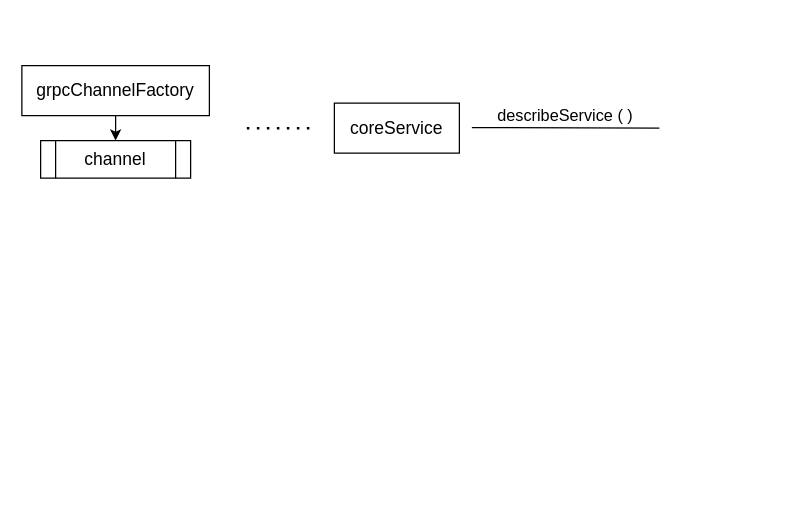
The draw.io diagram epp.drawio in TouyamaRie/My_pictures, before the edit. Source tidied: cells renumbered, new cells numbered last; positions are measured from the earlier drawing's top-left corner, leaving out a move shared by most shapes. Both pictures are drawn from the tidied source at 125%, with x=0, y=0 at pixel (21, 65).
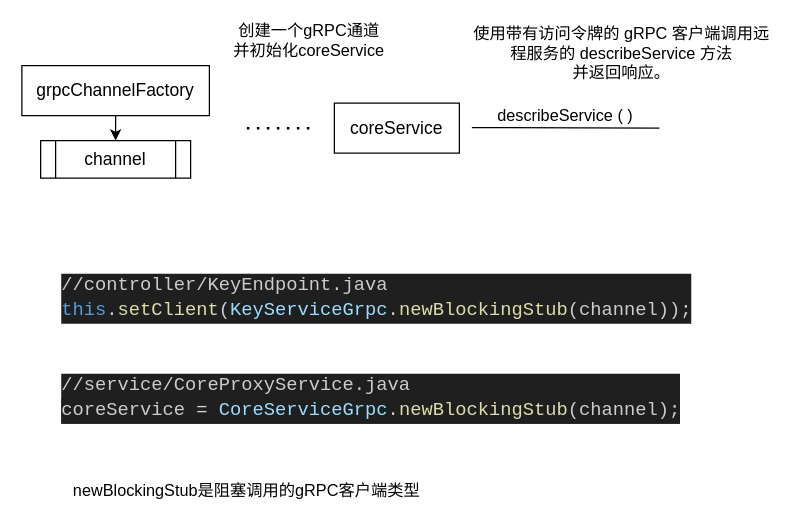
Above is the later version.

The edit, as a diff of the source:
```diff
@@
 <mxGraphModel>
   <root>
     <mxCell id="0" />
     <mxCell id="1" parent="0" />
     <mxCell id="2" value="&lt;font style=&quot;font-size: 14px;&quot;&gt;coreService&lt;/font&gt;" style="rounded=0;whiteSpace=wrap;html=1;" parent="1" vertex="1">
       <mxGeometry x="250" y="30" width="100" height="40" as="geometry" />
     </mxCell>
     <mxCell id="3" style="edgeStyle=orthogonalEdgeStyle;rounded=0;jettySize=auto;html=1;exitX=0.5;exitY=1;exitDx=0;exitDy=0;entryX=0.5;entryY=0;entryDx=0;entryDy=0;" parent="1" edge="1" source="4" target="5">
       <mxGeometry relative="1" as="geometry" />
     </mxCell>
     <mxCell id="4" value="&lt;font style=&quot;font-size: 14px;&quot;&gt;grpcChannelFactory&lt;/font&gt;" style="rounded=0;whiteSpace=wrap;html=1;" parent="1" vertex="1">
       <mxGeometry width="150" height="40" as="geometry" />
     </mxCell>
     <mxCell id="5" value="&lt;font style=&quot;font-size: 14px;&quot;&gt;channel&lt;/font&gt;" style="shape=process;whiteSpace=wrap;html=1;backgroundOutline=1;" parent="1" vertex="1">
       <mxGeometry x="15" y="60" width="120" height="30" as="geometry" />
     </mxCell>
     <mxCell id="6" style="endArrow=none;dashed=1;html=1;dashPattern=1 3;strokeWidth=2;rounded=0;" parent="1" edge="1">
       <mxGeometry relative="1" as="geometry">
         <mxPoint x="180" y="50" as="sourcePoint" />
         <mxPoint x="230" y="50" as="targetPoint" />
       </mxGeometry>
     </mxCell>
     <mxCell id="7" style="endArrow=none;html=1;rounded=0;" parent="1" edge="1">
       <mxGeometry relative="1" as="geometry">
         <mxPoint x="360" y="49.5" as="sourcePoint" />
         <mxPoint x="510" y="50" as="targetPoint" />
       </mxGeometry>
     </mxCell>
     <mxCell id="8" value="&lt;font style=&quot;font-size: 13px;&quot;&gt;describeService ( )&lt;/font&gt;" style="text;html=1;align=center;verticalAlign=middle;whiteSpace=wrap;rounded=0;" parent="1" vertex="1">
       <mxGeometry x="370" y="30" width="130" height="20" as="geometry" />
     </mxCell>
+    <mxCell id="9" value="&lt;font style=&quot;font-size: 13px;&quot;&gt;创建一个gRPC通道&lt;/font&gt;&lt;div&gt;&lt;font style=&quot;font-size: 13px;&quot;&gt;并初始化coreService&lt;/font&gt;&lt;/div&gt;" style="text;html=1;align=center;verticalAlign=middle;whiteSpace=wrap;rounded=0;" parent="1" vertex="1">
+      <mxGeometry x="110" y="-30" width="240" height="20" as="geometry" />
+    </mxCell>
+    <mxCell id="10" value="&lt;span style=&quot;font-size: 13px;&quot;&gt;使用带有访问令牌的 gRPC 客户端调用远程服务的 describeService 方法&lt;/span&gt;&lt;div&gt;&lt;span style=&quot;font-size: 13px;&quot;&gt;并返回响应。&lt;/span&gt;&lt;/div&gt;" style="text;html=1;align=center;verticalAlign=middle;whiteSpace=wrap;rounded=0;" parent="1" vertex="1">
+      <mxGeometry x="360" y="-20" width="240" height="20" as="geometry" />
+    </mxCell>
+    <mxCell id="11" value="&lt;div style=&quot;color: rgb(204, 204, 204); background-color: rgb(31, 31, 31); font-family: &amp;quot;Fira code&amp;quot;, &amp;quot;Microsoft YaHei&amp;quot;, monospace, Consolas, &amp;quot;Courier New&amp;quot;, monospace; font-weight: normal; font-size: 15px; line-height: 20px; white-space: pre; --darkreader-inline-color: #c8c3bc; --darkreader-inline-bgcolor: #17191a;&quot;&gt;&lt;div&gt;&lt;span style=&quot;color: rgb(204, 204, 204); --darkreader-inline-color: #c8c3bc;&quot;&gt;//controller/KeyEndpoint.java&amp;nbsp;&lt;/span&gt;&lt;/div&gt;&lt;div&gt;&lt;span style=&quot;color: rgb(86, 156, 214); --darkreader-inline-color: #60a4d8;&quot;&gt;this&lt;/span&gt;&lt;span style=&quot;color: rgb(204, 204, 204); --darkreader-inline-color: #c8c3bc;&quot;&gt;.&lt;/span&gt;&lt;span style=&quot;color: rgb(220, 220, 170); --darkreader-inline-color: #d8d89f;&quot;&gt;setClient&lt;/span&gt;&lt;span style=&quot;color: rgb(204, 204, 204); --darkreader-inline-color: #c8c3bc;&quot;&gt;(&lt;/span&gt;&lt;span style=&quot;color: rgb(156, 220, 254); --darkreader-inline-color: #87d5fe;&quot;&gt;KeyServiceGrpc&lt;/span&gt;&lt;span style=&quot;color: rgb(204, 204, 204); --darkreader-inline-color: #c8c3bc;&quot;&gt;.&lt;/span&gt;&lt;span style=&quot;color: rgb(220, 220, 170); --darkreader-inline-color: #d8d89f;&quot;&gt;newBlockingStub&lt;/span&gt;&lt;span style=&quot;color: rgb(204, 204, 204); --darkreader-inline-color: #c8c3bc;&quot;&gt;(channel));&lt;/span&gt;&lt;/div&gt;&lt;/div&gt;" style="text;whiteSpace=wrap;html=1;" parent="1" vertex="1">
+      <mxGeometry x="30" y="160" width="450" height="40" as="geometry" />
+    </mxCell>
+    <mxCell id="12" value="&lt;div style=&quot;color: rgb(204, 204, 204); background-color: rgb(31, 31, 31); font-family: &amp;quot;Fira code&amp;quot;, &amp;quot;Microsoft YaHei&amp;quot;, monospace, Consolas, &amp;quot;Courier New&amp;quot;, monospace; font-weight: normal; font-size: 15px; line-height: 20px; white-space: pre; --darkreader-inline-color: #c8c3bc; --darkreader-inline-bgcolor: #17191a;&quot;&gt;&lt;div&gt;&lt;span style=&quot;color: rgb(204, 204, 204); --darkreader-inline-color: #c8c3bc;&quot;&gt;//service/CoreProxyService.java&amp;nbsp;&lt;/span&gt;&lt;/div&gt;&lt;div&gt;&lt;div style=&quot;color: rgb(204, 204, 204); background-color: rgb(31, 31, 31); line-height: 20px; --darkreader-inline-color: #c8c3bc; --darkreader-inline-bgcolor: #17191a;&quot;&gt;coreService &lt;span style=&quot;color: rgb(212, 212, 212); --darkreader-inline-color: #cdc8c2;&quot;&gt;=&lt;/span&gt; &lt;span style=&quot;color: rgb(156, 220, 254); --darkreader-inline-color: #87d5fe;&quot;&gt;CoreServiceGrpc&lt;/span&gt;.&lt;span style=&quot;color: rgb(220, 220, 170); --darkreader-inline-color: #d8d89f;&quot;&gt;newBlockingStub&lt;/span&gt;(channel);&lt;/div&gt;&lt;/div&gt;&lt;/div&gt;" style="text;whiteSpace=wrap;html=1;" parent="1" vertex="1">
+      <mxGeometry x="30" y="240" width="450" height="40" as="geometry" />
+    </mxCell>
+    <mxCell id="13" value="&lt;span style=&quot;font-size: 13px;&quot;&gt;newBlockingStub是阻塞调用的gRPC客户端类型&lt;/span&gt;" style="text;html=1;align=center;verticalAlign=middle;whiteSpace=wrap;rounded=0;" parent="1" vertex="1">
+      <mxGeometry x="30" y="330" width="300" height="20" as="geometry" />
+    </mxCell>
   </root>
 </mxGraphModel>
```
